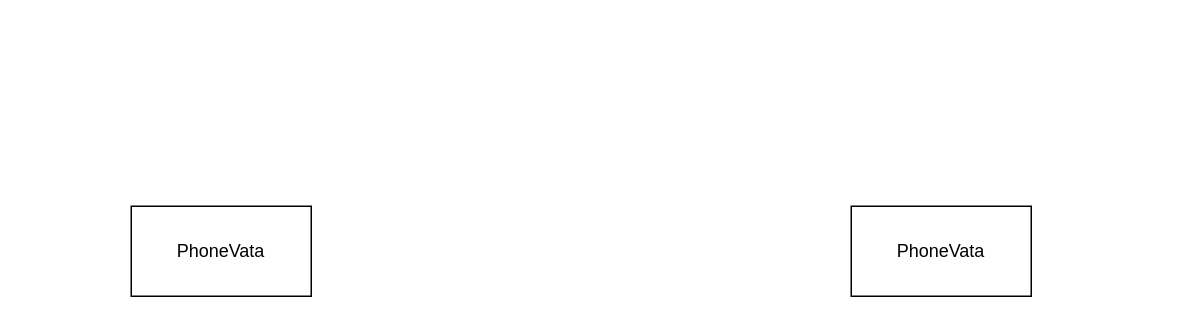
The draw.io diagram Untitled Diagram.drawio in goldpu/Flowchart-collection, before the edit. Source tidied: cells renumbered, new cells numbered last; positions are measured from the earlier drawing's top-left corner, leaving out a move shared by most shapes. Both pictures are drawn from the tidied source at 150%, with x=0, y=0 at pixel (130, 206).
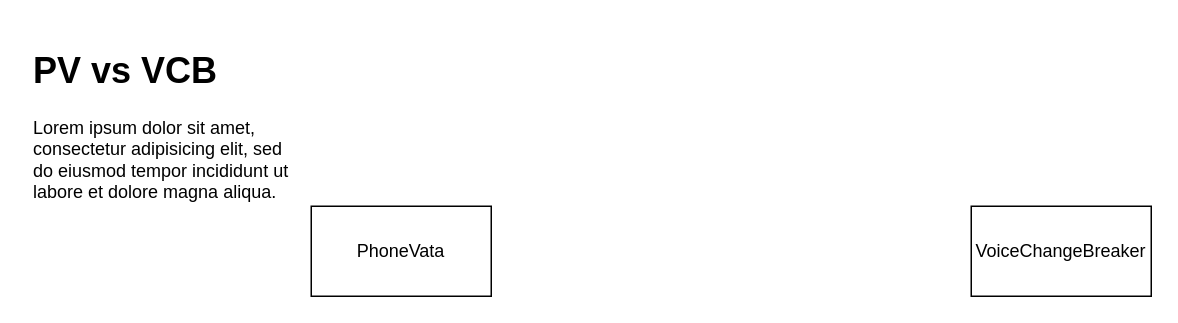
The same page after the edit.

The edit, as a diff of the source:
```diff
@@
 <mxGraphModel>
   <root>
     <mxCell id="0" />
     <mxCell id="1" parent="0" />
     <mxCell id="2" value="PhoneVata" style="rounded=0;whiteSpace=wrap;html=1;hachureGap=4;" parent="1" vertex="1">
-      <mxGeometry width="120" height="60" as="geometry" />
+      <mxGeometry x="120" width="120" height="60" as="geometry" />
     </mxCell>
-    <mxCell id="3" value="PhoneVata" style="rounded=0;whiteSpace=wrap;html=1;hachureGap=4;" parent="1" vertex="1">
-      <mxGeometry x="480" width="120" height="60" as="geometry" />
+    <mxCell id="3" value="VoiceChangeBreaker" style="rounded=0;whiteSpace=wrap;html=1;hachureGap=4;" parent="1" vertex="1">
+      <mxGeometry x="560" width="120" height="60" as="geometry" />
     </mxCell>
+    <mxCell id="4" value="&lt;h1&gt;PV vs VCB&lt;/h1&gt;&lt;p&gt;Lorem ipsum dolor sit amet, consectetur adipisicing elit, sed do eiusmod tempor incididunt ut labore et dolore magna aliqua.&lt;/p&gt;" style="text;html=1;strokeColor=none;fillColor=none;spacing=5;spacingTop=-20;whiteSpace=wrap;overflow=hidden;rounded=0;hachureGap=4;" parent="1" vertex="1">
+      <mxGeometry x="-70" y="-110" width="190" height="120" as="geometry" />
+    </mxCell>
   </root>
 </mxGraphModel>
```
